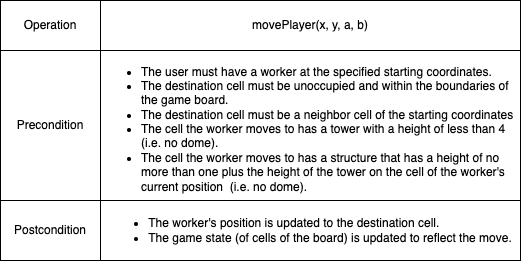
This is contract.png from RozayC/test, a draw.io export, as it was before one commit. Source tidied: cells renumbered, new cells last; positions are measured from the earlier drawing's top-left corner, leaving out a move shared by most shapes.
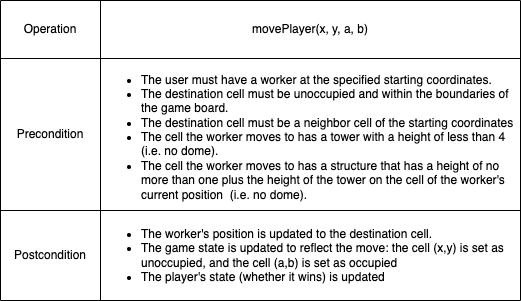
The same diagram one commit later.

Diff of the diagram source:
```diff
@@ -3,34 +3,34 @@
     <mxCell id="0" />
     <mxCell id="1" parent="0" />
     <mxCell id="2" style="shape=table;startSize=0;" parent="1" vertex="1">
-      <mxGeometry width="520" height="260" as="geometry" />
+      <mxGeometry width="520" height="300" as="geometry" />
     </mxCell>
     <mxCell id="3" style="shape=partialRectangle;fillColor=none;top=0;left=0;bottom=0;right=0;" parent="2" vertex="1">
-      <mxGeometry width="520" height="50" as="geometry" />
+      <mxGeometry width="520" height="58" as="geometry" />
     </mxCell>
     <mxCell id="4" value="&lt;div style=&quot;text-align: center&quot;&gt;Operation&lt;/div&gt;" style="shape=partialRectangle;html=1;whiteSpace=wrap;overflow=hidden;fillColor=none;top=0;left=0;bottom=0;right=0;" parent="3" vertex="1">
-      <mxGeometry width="100" height="50" as="geometry" />
+      <mxGeometry width="100" height="58" as="geometry" />
     </mxCell>
     <mxCell id="5" value="movePlayer(x, y, a, b)" style="shape=partialRectangle;html=1;whiteSpace=wrap;overflow=hidden;fillColor=none;top=0;left=0;bottom=0;right=0;" parent="3" vertex="1">
-      <mxGeometry x="100" width="420" height="50" as="geometry" />
+      <mxGeometry x="100" width="420" height="58" as="geometry" />
     </mxCell>
     <mxCell id="6" style="shape=partialRectangle;fillColor=none;top=0;left=0;bottom=0;right=0;" parent="2" vertex="1">
-      <mxGeometry y="50" width="520" height="150" as="geometry" />
+      <mxGeometry y="58" width="520" height="152" as="geometry" />
     </mxCell>
     <mxCell id="7" value="Precondition" style="shape=partialRectangle;html=1;whiteSpace=wrap;overflow=hidden;fillColor=none;top=0;left=0;bottom=0;right=0;" parent="6" vertex="1">
-      <mxGeometry width="100" height="150" as="geometry" />
+      <mxGeometry width="100" height="152" as="geometry" />
     </mxCell>
     <mxCell id="8" value="&lt;ul style=&quot;text-align: left&quot;&gt;&lt;li&gt;The user must have a worker at the specified starting coordinates.&lt;br&gt;&lt;/li&gt;&lt;li&gt;The destination cell must be unoccupied and within the boundaries of the game board.&lt;br&gt;&lt;/li&gt;&lt;li&gt;The destination cell must be a neighbor cell of the starting coordinates&lt;/li&gt;&lt;li&gt;The cell the worker moves to has a tower with a height of less than 4&amp;nbsp; (i.e. no dome).&lt;br&gt;&lt;/li&gt;&lt;li&gt;The cell the worker moves to has a structure that has a height of no more than one plus the height of the tower on the cell of the worker's current position&amp;nbsp; (i.e. no dome).&lt;/li&gt;&lt;/ul&gt;" style="shape=partialRectangle;html=1;whiteSpace=wrap;overflow=hidden;fillColor=none;top=0;left=0;bottom=0;right=0;" parent="6" vertex="1">
-      <mxGeometry x="100" width="420" height="150" as="geometry" />
+      <mxGeometry x="100" width="420" height="152" as="geometry" />
     </mxCell>
     <mxCell id="9" style="shape=partialRectangle;fillColor=none;top=0;left=0;bottom=0;right=0;" parent="2" vertex="1">
-      <mxGeometry y="200" width="520" height="60" as="geometry" />
+      <mxGeometry y="210" width="520" height="90" as="geometry" />
     </mxCell>
     <mxCell id="10" value="Postcondition" style="shape=partialRectangle;html=1;whiteSpace=wrap;overflow=hidden;fillColor=none;top=0;left=0;bottom=0;right=0;" parent="9" vertex="1">
-      <mxGeometry width="100" height="60" as="geometry" />
+      <mxGeometry width="100" height="90" as="geometry" />
     </mxCell>
-    <mxCell id="11" value="&lt;ul&gt;&lt;li style=&quot;text-align: left&quot;&gt;The worker's position is updated to the destination cell.&lt;/li&gt;&lt;li style=&quot;text-align: left&quot;&gt;The game state (of cells of the board) is updated to reflect the move.&lt;br&gt;&lt;/li&gt;&lt;/ul&gt;" style="shape=partialRectangle;html=1;whiteSpace=wrap;overflow=hidden;fillColor=none;top=0;left=0;bottom=0;right=0;" parent="9" vertex="1">
-      <mxGeometry x="100" width="420" height="60" as="geometry" />
+    <mxCell id="11" value="&lt;ul&gt;&lt;li style=&quot;text-align: left&quot;&gt;The worker's position is updated to the destination cell.&lt;/li&gt;&lt;li style=&quot;text-align: left&quot;&gt;The game state is updated to reflect the move: the cell (x,y) is set as unoccupied, and the cell (a,b) is set as occupied&lt;br&gt;&lt;/li&gt;&lt;li style=&quot;text-align: left&quot;&gt;The player's state (whether it wins) is updated&lt;/li&gt;&lt;/ul&gt;" style="shape=partialRectangle;html=1;whiteSpace=wrap;overflow=hidden;fillColor=none;top=0;left=0;bottom=0;right=0;" parent="9" vertex="1">
+      <mxGeometry x="100" width="420" height="90" as="geometry" />
     </mxCell>
   </root>
 </mxGraphModel>
```
